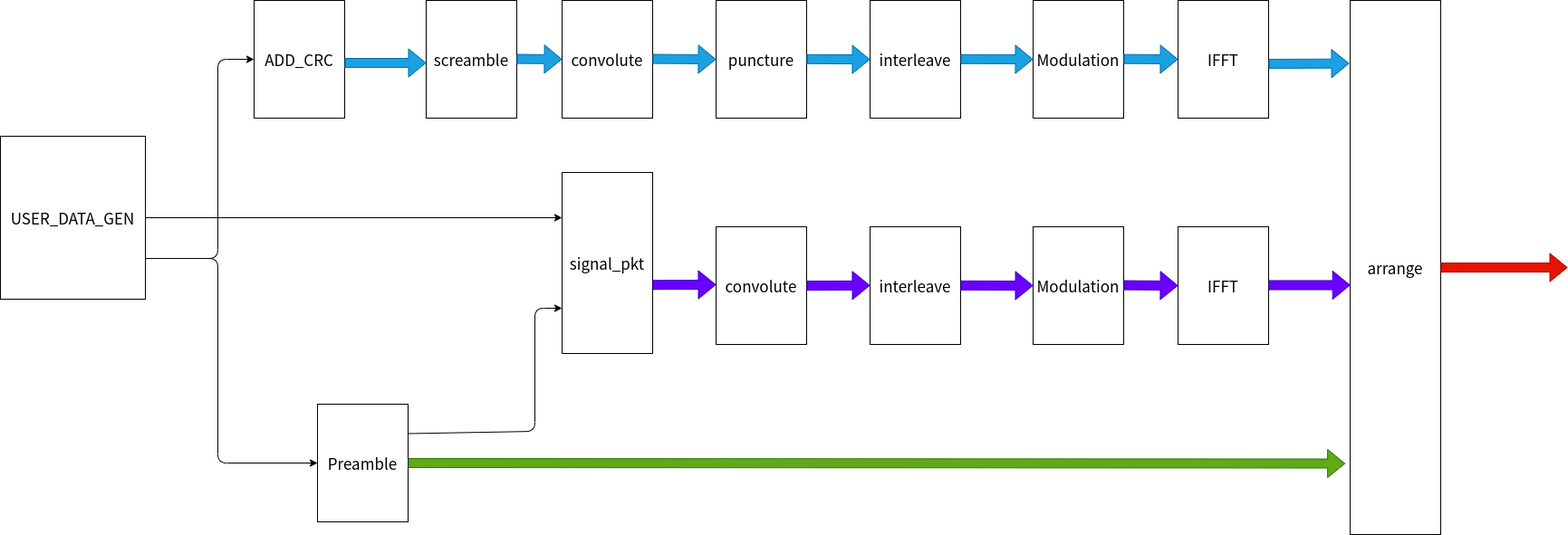
Earlier version of the draw.io export source/_posts/2022.4/OFDM-802-11a学习-OFDM发射机整体结构/ofdm_tx_struct.png (black-pigeon/black-pigeon.github.io). Source tidied: cells renumbered, new cells last; positions are measured from the earlier drawing's top-left corner, leaving out a move shared by most shapes.
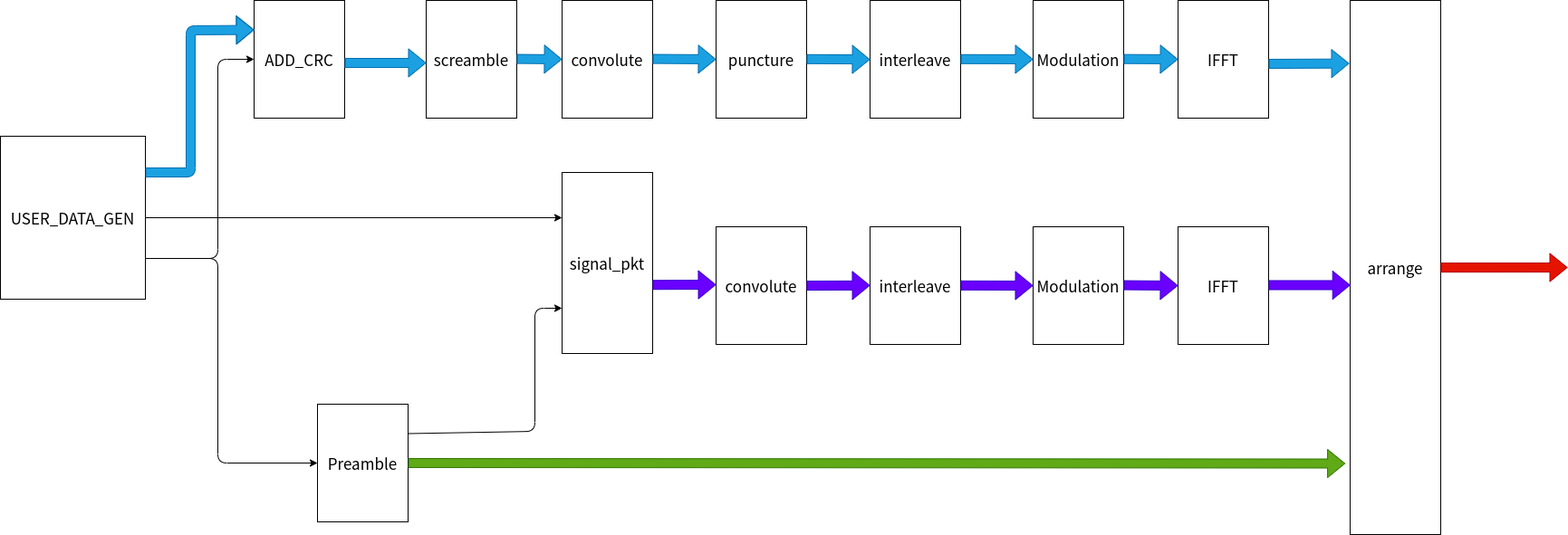
Above is the later version.

Change to the diagram source:
```diff
@@ -150,5 +150,14 @@
         <mxPoint x="1730" y="295" as="targetPoint" />
       </mxGeometry>
     </mxCell>
+    <mxCell id="35" style="shape=flexArrow;endArrow=classic;html=1;fontSize=17;fontColor=#000000;strokeColor=#006EAF;fillColor=#1ba1e2;entryX=0;entryY=0.25;entryDx=0;entryDy=0;" parent="1" edge="1" target="6">
+      <mxGeometry relative="1" as="geometry">
+        <mxPoint x="160" y="190" as="sourcePoint" />
+        <Array as="points">
+          <mxPoint x="210" y="190" />
+          <mxPoint x="210" y="33" />
+        </Array>
+      </mxGeometry>
+    </mxCell>
   </root>
 </mxGraphModel>
```
